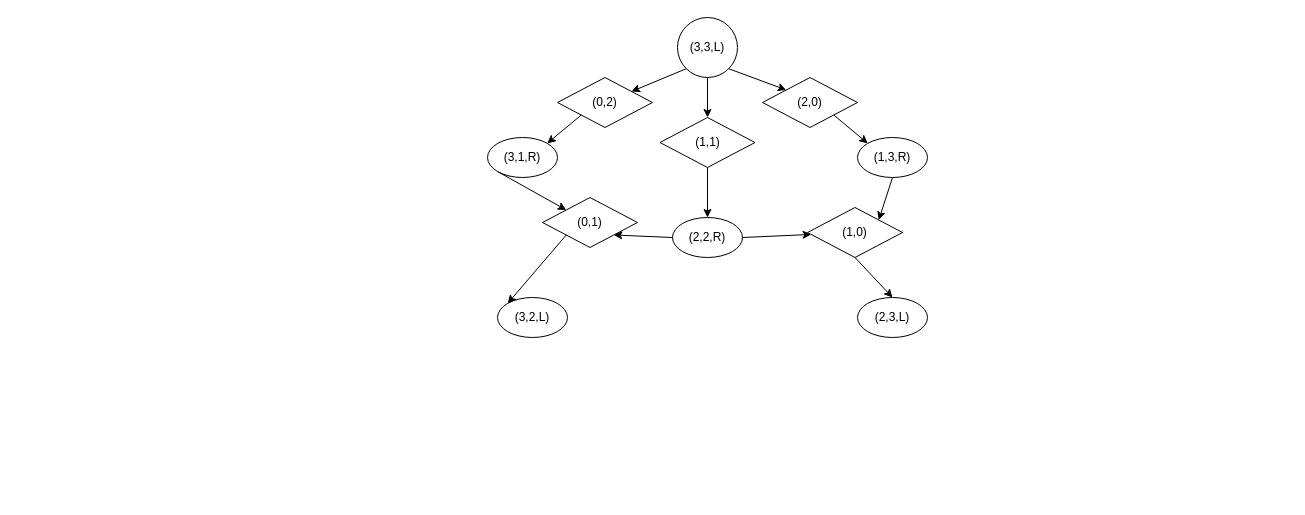
Vhuynh25/C-Homework keeps this draw.io diagram as Assignment 1.drawio. Above is the earlier version. Source tidied: cells renumbered, new cells numbered last; positions are measured from the earlier drawing's top-left corner, leaving out a move shared by most shapes. Both pictures are drawn from the tidied source at 100%, with x=0, y=0 at pixel (487, 17).
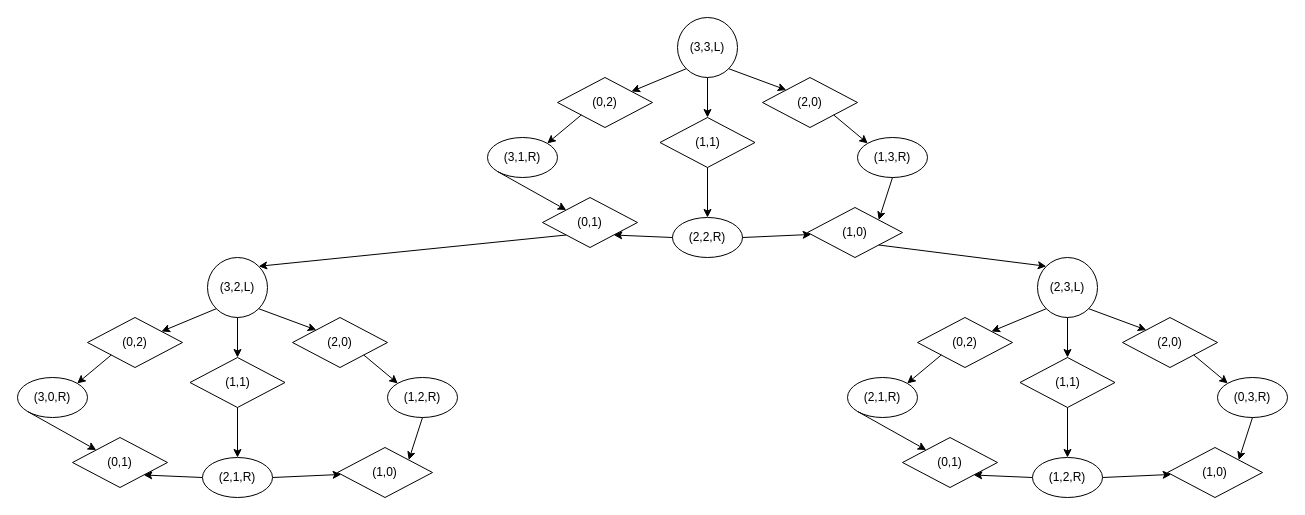
The same diagram, later.

Unchanged cells that the change refers to:
```xml
<mxCell id="16" value="(0,1)" style="rhombus;whiteSpace=wrap;html=1;" parent="1" vertex="1">
  <mxGeometry x="55" y="180" width="95" height="50" as="geometry" />
</mxCell>
<mxCell id="21" value="(1,0)" style="rhombus;whiteSpace=wrap;html=1;" parent="1" vertex="1">
  <mxGeometry x="320" y="190" width="95" height="50" as="geometry" />
</mxCell>
```

Diff of the diagram source:
```diff
@@
-    <mxCell id="15" value="(3,2,L)" style="ellipse;whiteSpace=wrap;html=1;" parent="1" vertex="1">
-      <mxGeometry x="10" y="280" width="70" height="40" as="geometry" />
-    </mxCell>
@@
-    <mxCell id="18" style="endArrow=classic;html=1;exitX=0;exitY=1;exitDx=0;exitDy=0;entryX=0;entryY=0;entryDx=0;entryDy=0;" parent="1" edge="1" source="16" target="15">
+    <mxCell id="18" style="endArrow=classic;html=1;exitX=0;exitY=1;exitDx=0;exitDy=0;entryX=1;entryY=0;entryDx=0;entryDy=0;" parent="1" edge="1" source="16" target="15">
       <mxGeometry relative="1" as="geometry" />
     </mxCell>
-    <mxCell id="19" value="(2,3,L)" style="ellipse;whiteSpace=wrap;html=1;" parent="1" vertex="1">
-      <mxGeometry x="370" y="280" width="70" height="40" as="geometry" />
-    </mxCell>
@@
-    <mxCell id="24" style="endArrow=classic;html=1;exitX=0.5;exitY=1;exitDx=0;exitDy=0;entryX=0.5;entryY=0;entryDx=0;entryDy=0;" parent="1" edge="1" source="21" target="19">
+    <mxCell id="24" style="endArrow=classic;html=1;exitX=1;exitY=1;exitDx=0;exitDy=0;entryX=0;entryY=0;entryDx=0;entryDy=0;" parent="1" edge="1" source="21" target="19">
       <mxGeometry relative="1" as="geometry" />
     </mxCell>
+    <mxCell id="15" value="(3,2,L)" style="ellipse;whiteSpace=wrap;html=1;" parent="1" vertex="1">
+      <mxGeometry x="-280" y="240" width="60" height="60" as="geometry" />
+    </mxCell>
+    <mxCell id="25" value="(1,2,R)" style="ellipse;whiteSpace=wrap;html=1;" parent="1" vertex="1">
+      <mxGeometry x="-100" y="360" width="70" height="40" as="geometry" />
+    </mxCell>
+    <mxCell id="26" value="(3,0,R)" style="ellipse;whiteSpace=wrap;html=1;" parent="1" vertex="1">
+      <mxGeometry x="-470" y="360" width="70" height="40" as="geometry" />
+    </mxCell>
+    <mxCell id="27" value="(1,1)" style="rhombus;whiteSpace=wrap;html=1;" parent="1" vertex="1">
+      <mxGeometry x="-297.5" y="340" width="95" height="50" as="geometry" />
+    </mxCell>
+    <mxCell id="28" value="(0,2)" style="rhombus;whiteSpace=wrap;html=1;" parent="1" vertex="1">
+      <mxGeometry x="-400" y="300" width="95" height="50" as="geometry" />
+    </mxCell>
+    <mxCell id="29" value="(2,0)" style="rhombus;whiteSpace=wrap;html=1;" parent="1" vertex="1">
+      <mxGeometry x="-195" y="300" width="95" height="50" as="geometry" />
+    </mxCell>
+    <mxCell id="30" style="endArrow=classic;html=1;exitX=0;exitY=1;exitDx=0;exitDy=0;" parent="1" edge="1" source="15" target="28">
+      <mxGeometry relative="1" as="geometry" />
+    </mxCell>
+    <mxCell id="31" style="endArrow=classic;html=1;exitX=0;exitY=1;exitDx=0;exitDy=0;entryX=1;entryY=0;entryDx=0;entryDy=0;" parent="1" edge="1" source="28">
+      <mxGeometry relative="1" as="geometry">
+        <mxPoint x="-410.3" y="365.9" as="targetPoint" />
+      </mxGeometry>
+    </mxCell>
+    <mxCell id="32" style="endArrow=classic;html=1;exitX=1;exitY=1;exitDx=0;exitDy=0;entryX=0;entryY=0;entryDx=0;entryDy=0;" parent="1" edge="1" source="15" target="29">
+      <mxGeometry relative="1" as="geometry" />
+    </mxCell>
+    <mxCell id="33" style="endArrow=classic;html=1;exitX=1;exitY=1;exitDx=0;exitDy=0;entryX=0;entryY=0;entryDx=0;entryDy=0;" parent="1" edge="1" source="29" target="25">
+      <mxGeometry relative="1" as="geometry" />
+    </mxCell>
+    <mxCell id="34" style="endArrow=classic;html=1;exitX=0.5;exitY=1;exitDx=0;exitDy=0;" parent="1" edge="1" source="15" target="27">
+      <mxGeometry relative="1" as="geometry" />
+    </mxCell>
+    <mxCell id="35" style="endArrow=classic;html=1;exitX=0.5;exitY=1;exitDx=0;exitDy=0;entryX=0.5;entryY=0;entryDx=0;entryDy=0;" parent="1" edge="1" source="27">
+      <mxGeometry relative="1" as="geometry">
+        <mxPoint x="-250" y="440" as="targetPoint" />
+      </mxGeometry>
+    </mxCell>
+    <mxCell id="36" value="(0,1)" style="rhombus;whiteSpace=wrap;html=1;" parent="1" vertex="1">
+      <mxGeometry x="-415" y="420" width="95" height="50" as="geometry" />
+    </mxCell>
+    <mxCell id="37" style="endArrow=classic;html=1;exitX=0;exitY=1;exitDx=0;exitDy=0;entryX=0;entryY=0;entryDx=0;entryDy=0;" parent="1" edge="1" target="36">
+      <mxGeometry relative="1" as="geometry">
+        <mxPoint x="-459.7" y="394.1" as="sourcePoint" />
+      </mxGeometry>
+    </mxCell>
+    <mxCell id="38" style="endArrow=classic;html=1;exitX=0;exitY=0.5;exitDx=0;exitDy=0;entryX=1;entryY=1;entryDx=0;entryDy=0;" parent="1" edge="1" target="36">
+      <mxGeometry relative="1" as="geometry">
+        <mxPoint x="-285" y="460" as="sourcePoint" />
+      </mxGeometry>
+    </mxCell>
+    <mxCell id="39" value="(1,0)" style="rhombus;whiteSpace=wrap;html=1;" parent="1" vertex="1">
+      <mxGeometry x="-150" y="430" width="95" height="50" as="geometry" />
+    </mxCell>
+    <mxCell id="40" style="endArrow=classic;html=1;exitX=1;exitY=0.5;exitDx=0;exitDy=0;" parent="1" edge="1" target="39">
+      <mxGeometry relative="1" as="geometry">
+        <mxPoint x="-215" y="460" as="sourcePoint" />
+      </mxGeometry>
+    </mxCell>
+    <mxCell id="41" style="endArrow=classic;html=1;exitX=0.5;exitY=1;exitDx=0;exitDy=0;entryX=1;entryY=0;entryDx=0;entryDy=0;" parent="1" edge="1" source="25" target="39">
+      <mxGeometry relative="1" as="geometry" />
+    </mxCell>
+    <mxCell id="42" value="(2,1,R)" style="ellipse;whiteSpace=wrap;html=1;" parent="1" vertex="1">
+      <mxGeometry x="-285" y="440" width="70" height="40" as="geometry" />
+    </mxCell>
+    <mxCell id="19" value="(2,3,L)" style="ellipse;whiteSpace=wrap;html=1;" parent="1" vertex="1">
+      <mxGeometry x="550" y="240" width="60" height="60" as="geometry" />
+    </mxCell>
+    <mxCell id="43" value="(0,3,R)" style="ellipse;whiteSpace=wrap;html=1;" parent="1" vertex="1">
+      <mxGeometry x="730" y="360" width="70" height="40" as="geometry" />
+    </mxCell>
+    <mxCell id="44" value="(2,1,R)" style="ellipse;whiteSpace=wrap;html=1;" parent="1" vertex="1">
+      <mxGeometry x="360" y="360" width="70" height="40" as="geometry" />
+    </mxCell>
+    <mxCell id="45" value="(1,1)" style="rhombus;whiteSpace=wrap;html=1;" parent="1" vertex="1">
+      <mxGeometry x="532.5" y="340" width="95" height="50" as="geometry" />
+    </mxCell>
+    <mxCell id="46" value="(0,2)" style="rhombus;whiteSpace=wrap;html=1;" parent="1" vertex="1">
+      <mxGeometry x="430" y="300" width="95" height="50" as="geometry" />
+    </mxCell>
+    <mxCell id="47" value="(2,0)" style="rhombus;whiteSpace=wrap;html=1;" parent="1" vertex="1">
+      <mxGeometry x="635" y="300" width="95" height="50" as="geometry" />
+    </mxCell>
+    <mxCell id="48" style="endArrow=classic;html=1;exitX=0;exitY=1;exitDx=0;exitDy=0;" parent="1" edge="1" source="19" target="46">
+      <mxGeometry relative="1" as="geometry" />
+    </mxCell>
+    <mxCell id="49" style="endArrow=classic;html=1;exitX=0;exitY=1;exitDx=0;exitDy=0;entryX=1;entryY=0;entryDx=0;entryDy=0;" parent="1" edge="1" source="46">
+      <mxGeometry relative="1" as="geometry">
+        <mxPoint x="419.7" y="365.9" as="targetPoint" />
+      </mxGeometry>
+    </mxCell>
+    <mxCell id="50" style="endArrow=classic;html=1;exitX=1;exitY=1;exitDx=0;exitDy=0;entryX=0;entryY=0;entryDx=0;entryDy=0;" parent="1" edge="1" source="19" target="47">
+      <mxGeometry relative="1" as="geometry" />
+    </mxCell>
+    <mxCell id="51" style="endArrow=classic;html=1;exitX=1;exitY=1;exitDx=0;exitDy=0;entryX=0;entryY=0;entryDx=0;entryDy=0;" parent="1" edge="1" source="47" target="43">
+      <mxGeometry relative="1" as="geometry" />
+    </mxCell>
+    <mxCell id="52" style="endArrow=classic;html=1;exitX=0.5;exitY=1;exitDx=0;exitDy=0;" parent="1" edge="1" source="19" target="45">
+      <mxGeometry relative="1" as="geometry" />
+    </mxCell>
+    <mxCell id="53" style="endArrow=classic;html=1;exitX=0.5;exitY=1;exitDx=0;exitDy=0;entryX=0.5;entryY=0;entryDx=0;entryDy=0;" parent="1" edge="1" source="45">
+      <mxGeometry relative="1" as="geometry">
+        <mxPoint x="580" y="440" as="targetPoint" />
+      </mxGeometry>
+    </mxCell>
+    <mxCell id="54" value="(0,1)" style="rhombus;whiteSpace=wrap;html=1;" parent="1" vertex="1">
+      <mxGeometry x="415" y="420" width="95" height="50" as="geometry" />
+    </mxCell>
+    <mxCell id="55" style="endArrow=classic;html=1;exitX=0;exitY=1;exitDx=0;exitDy=0;entryX=0;entryY=0;entryDx=0;entryDy=0;" parent="1" edge="1" target="54">
+      <mxGeometry relative="1" as="geometry">
+        <mxPoint x="370.3" y="394.1" as="sourcePoint" />
+      </mxGeometry>
+    </mxCell>
+    <mxCell id="56" style="endArrow=classic;html=1;exitX=0;exitY=0.5;exitDx=0;exitDy=0;entryX=1;entryY=1;entryDx=0;entryDy=0;" parent="1" edge="1" target="54">
+      <mxGeometry relative="1" as="geometry">
+        <mxPoint x="545" y="460" as="sourcePoint" />
+      </mxGeometry>
+    </mxCell>
+    <mxCell id="57" value="(1,0)" style="rhombus;whiteSpace=wrap;html=1;" parent="1" vertex="1">
+      <mxGeometry x="680" y="430" width="95" height="50" as="geometry" />
+    </mxCell>
+    <mxCell id="58" style="endArrow=classic;html=1;exitX=1;exitY=0.5;exitDx=0;exitDy=0;" parent="1" edge="1" target="57">
+      <mxGeometry relative="1" as="geometry">
+        <mxPoint x="615" y="460" as="sourcePoint" />
+      </mxGeometry>
+    </mxCell>
+    <mxCell id="59" style="endArrow=classic;html=1;exitX=0.5;exitY=1;exitDx=0;exitDy=0;entryX=1;entryY=0;entryDx=0;entryDy=0;" parent="1" edge="1" source="43" target="57">
+      <mxGeometry relative="1" as="geometry" />
+    </mxCell>
+    <mxCell id="60" value="(1,2,R)" style="ellipse;whiteSpace=wrap;html=1;" parent="1" vertex="1">
+      <mxGeometry x="545" y="440" width="70" height="40" as="geometry" />
+    </mxCell>
```
